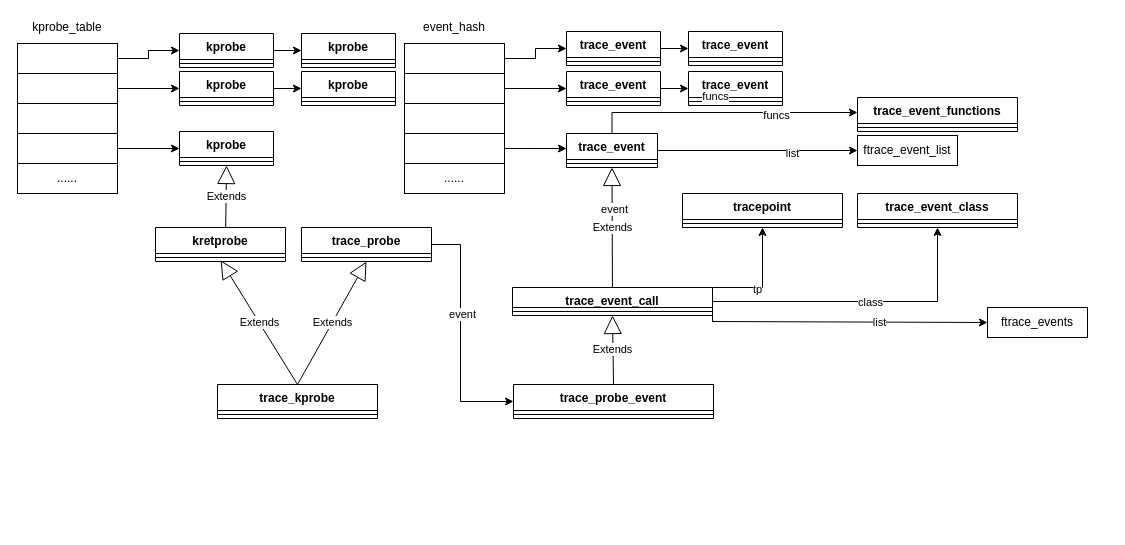
The draw.io diagram trace.drawio in jasonactions/graph, before the edit. Source tidied: cells renumbered, new cells numbered last; positions are measured from the earlier drawing's top-left corner, leaving out a move shared by most shapes. Both pictures are drawn from the tidied source at 100%, with x=0, y=0 at pixel (17, 17).
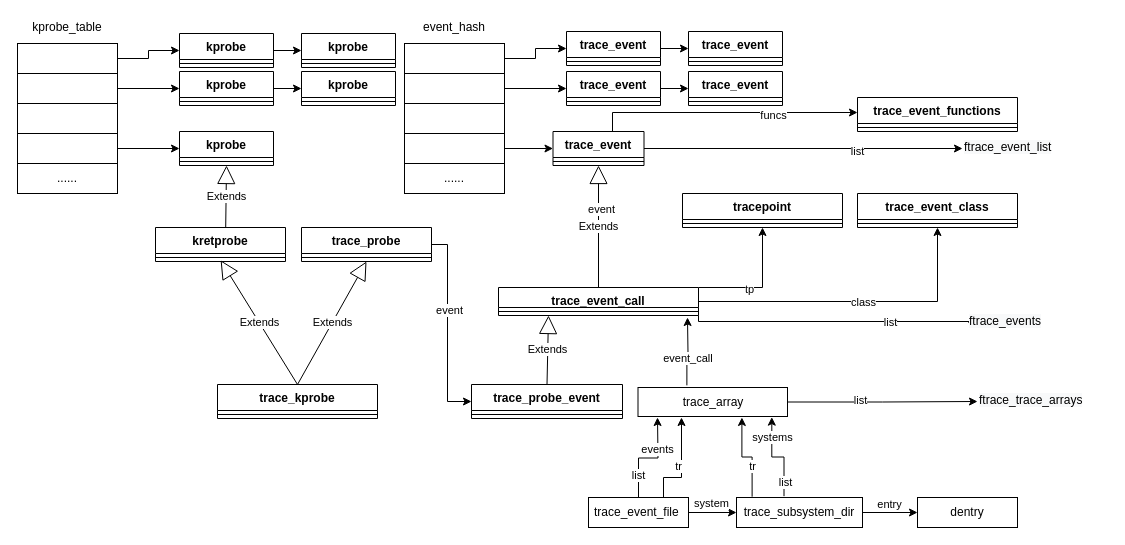
Above is the later version.

Unchanged cells that the change refers to:
```xml
<mxCell id="16" value="trace_probe" style="swimlane;fontStyle=1;align=center;verticalAlign=top;horizontal=1;startSize=26;" parent="1" vertex="1">
  <mxGeometry x="284" y="210" width="130" height="34" as="geometry" />
</mxCell>
<mxCell id="55" style="rounded=0;whiteSpace=wrap;html=1;" parent="1" vertex="1">
  <mxGeometry x="387" y="116" width="100" height="30" as="geometry" />
</mxCell>
<mxCell id="65" style="edgeStyle=orthogonalEdgeStyle;rounded=0;jettySize=auto;html=1;entryX=0;entryY=0.5;entryDx=0;entryDy=0;exitX=0.5;exitY=0;exitDx=0;exitDy=0;" parent="1" edge="1" source="21">
  <mxGeometry relative="1" as="geometry">
    <mxPoint x="840" y="95" as="targetPoint" />
    <Array as="points">
      <mxPoint x="595" y="95" />
    </Array>
  </mxGeometry>
</mxCell>
```

What changed in the source:
```diff
@@
     <mxCell id="2" value="trace_probe_event" style="swimlane;fontStyle=1;align=center;verticalAlign=top;horizontal=1;startSize=26;" parent="1" vertex="1">
-      <mxGeometry x="496" y="367" width="200" height="34" as="geometry" />
+      <mxGeometry x="454" y="367" width="151" height="34" as="geometry" />
     </mxCell>
     <mxCell id="3" style="line;strokeWidth=1;fillColor=none;align=left;verticalAlign=middle;spacingTop=-1;spacingLeft=3;spacingRight=3;labelPosition=right;" parent="2" vertex="1">
-      <mxGeometry y="26" width="200" height="8" as="geometry" />
+      <mxGeometry y="26" width="151" height="8" as="geometry" />
     </mxCell>
     <mxCell id="4" style="edgeStyle=orthogonalEdgeStyle;rounded=0;jettySize=auto;html=1;exitX=1;exitY=0.5;exitDx=0;exitDy=0;entryX=0;entryY=0.5;entryDx=0;entryDy=0;" parent="1" edge="1" source="16" target="2">
       <mxGeometry relative="1" as="geometry">
         <Array as="points">
-          <mxPoint x="443" y="227" />
-          <mxPoint x="443" y="384" />
+          <mxPoint x="430" y="227" />
+          <mxPoint x="430" y="384" />
         </Array>
       </mxGeometry>
     </mxCell>
@@
     <mxCell id="10" value="trace_event_call" style="swimlane;fontStyle=1;align=center;verticalAlign=top;horizontal=1;startSize=20;" parent="1" vertex="1">
-      <mxGeometry x="495" y="270" width="200" height="28" as="geometry" />
+      <mxGeometry x="481" y="270" width="200" height="28" as="geometry" />
     </mxCell>
@@
-    <mxCell id="12" value="Extends" style="endArrow=block;endSize=16;endFill=0;html=1;entryX=0.5;entryY=1;entryDx=0;entryDy=0;exitX=0.5;exitY=0;exitDx=0;exitDy=0;" parent="1" edge="1" source="2" target="10">
+    <mxCell id="12" value="Extends" style="endArrow=block;endSize=16;endFill=0;html=1;entryX=0.25;entryY=1;entryDx=0;entryDy=0;exitX=0.5;exitY=0;exitDx=0;exitDy=0;" parent="1" edge="1" source="2" target="10">
       <mxGeometry relative="1" as="geometry" />
     </mxCell>
@@
-    <mxCell id="19" style="edgeStyle=orthogonalEdgeStyle;rounded=0;jettySize=auto;html=1;exitX=1;exitY=0.5;exitDx=0;exitDy=0;" parent="1" edge="1" source="21" target="71">
+    <mxCell id="19" style="edgeStyle=orthogonalEdgeStyle;rounded=0;jettySize=auto;html=1;exitX=1;exitY=0.5;exitDx=0;exitDy=0;entryX=0;entryY=0.5;entryDx=0;entryDy=0;" parent="1" edge="1" source="21" target="71">
       <mxGeometry relative="1" as="geometry" />
     </mxCell>
@@
     <mxCell id="21" value="trace_event" style="swimlane;fontStyle=1;align=center;verticalAlign=top;horizontal=1;startSize=26;" parent="1" vertex="1">
-      <mxGeometry x="549" y="116" width="91" height="34" as="geometry" />
+      <mxGeometry x="535.5" y="114" width="91" height="34" as="geometry" />
     </mxCell>
@@
-    <mxCell id="54" style="edgeStyle=orthogonalEdgeStyle;rounded=0;jettySize=auto;html=1;entryX=0;entryY=0.5;entryDx=0;entryDy=0;" parent="1" edge="1" source="55">
-      <mxGeometry relative="1" as="geometry">
-        <mxPoint x="549" y="131" as="targetPoint" />
-      </mxGeometry>
+    <mxCell id="54" style="edgeStyle=orthogonalEdgeStyle;rounded=0;jettySize=auto;html=1;entryX=0;entryY=0.5;entryDx=0;entryDy=0;" parent="1" edge="1" source="55" target="21">
+      <mxGeometry relative="1" as="geometry" />
     </mxCell>
@@
-    <mxCell id="66" value="funcs" style="edgeLabel;html=1;align=center;verticalAlign=middle;" parent="65" vertex="1">
-      <mxGeometry x="-0.16" relative="1" as="geometry">
-        <mxPoint x="12" y="-17" as="offset" />
-      </mxGeometry>
-    </mxCell>
@@
-    <mxCell id="71" value="ftrace_event_list" style="rounded=0;whiteSpace=wrap;html=1;" parent="1" vertex="1">
-      <mxGeometry x="840" y="118" width="100" height="30" as="geometry" />
-    </mxCell>
@@
-    <mxCell id="78" value="ftrace_events" style="rounded=0;whiteSpace=wrap;html=1;" parent="1" vertex="1">
-      <mxGeometry x="970" y="290" width="100" height="30" as="geometry" />
-    </mxCell>
     <mxCell id="79" style="edgeStyle=orthogonalEdgeStyle;rounded=0;jettySize=auto;html=1;exitX=1;exitY=1;exitDx=0;exitDy=0;entryX=0;entryY=0.5;entryDx=0;entryDy=0;" parent="1" edge="1" source="10" target="78">
       <mxGeometry relative="1" as="geometry">
         <Array as="points">
+          <mxPoint x="681" y="304" />
           <mxPoint x="970" y="304" />
         </Array>
       </mxGeometry>
     </mxCell>
@@
+    <mxCell id="81" style="edgeStyle=orthogonalEdgeStyle;rounded=0;jettySize=auto;html=1;entryX=0;entryY=0.5;entryDx=0;entryDy=0;" parent="1" edge="1" source="85" target="86">
+      <mxGeometry relative="1" as="geometry" />
+    </mxCell>
+    <mxCell id="82" value="list" style="edgeLabel;html=1;align=center;verticalAlign=middle;" parent="81" vertex="1">
+      <mxGeometry x="-0.24" y="2" relative="1" as="geometry" />
+    </mxCell>
+    <mxCell id="83" style="edgeStyle=orthogonalEdgeStyle;rounded=0;jettySize=auto;html=1;exitX=0.327;exitY=-0.074;exitDx=0;exitDy=0;exitPerimeter=0;" parent="1" edge="1" source="85">
+      <mxGeometry relative="1" as="geometry">
+        <mxPoint x="670" y="300" as="targetPoint" />
+      </mxGeometry>
+    </mxCell>
+    <mxCell id="84" value="event_call&amp;nbsp;" style="edgeLabel;html=1;align=center;verticalAlign=middle;" parent="83" vertex="1">
+      <mxGeometry x="0.34" y="3" relative="1" as="geometry">
+        <mxPoint x="4" y="18" as="offset" />
+      </mxGeometry>
+    </mxCell>
+    <mxCell id="85" value="&lt;div style=&quot;text-align: left&quot;&gt;trace_array&lt;/div&gt;" style="rounded=0;whiteSpace=wrap;html=1;" parent="1" vertex="1">
+      <mxGeometry x="620.5" y="370" width="149.5" height="29" as="geometry" />
+    </mxCell>
+    <mxCell id="86" value="&lt;span style=&quot;color: rgb(0, 0, 0); font-family: helvetica; font-size: 12px; font-style: normal; font-weight: 400; letter-spacing: normal; text-align: left; text-indent: 0px; text-transform: none; word-spacing: 0px; background-color: rgb(248, 249, 250); display: inline; float: none;&quot;&gt;ftrace_trace_arrays&lt;/span&gt;" style="text;whiteSpace=wrap;html=1;" parent="1" vertex="1">
+      <mxGeometry x="960" y="369" width="130" height="30" as="geometry" />
+    </mxCell>
+    <mxCell id="87" style="edgeStyle=orthogonalEdgeStyle;rounded=0;jettySize=auto;html=1;" parent="1" edge="1" source="94">
+      <mxGeometry relative="1" as="geometry">
+        <mxPoint x="640" y="400" as="targetPoint" />
+      </mxGeometry>
+    </mxCell>
+    <mxCell id="88" value="list" style="edgeLabel;html=1;align=center;verticalAlign=middle;" parent="87" vertex="1">
+      <mxGeometry x="-0.36" y="1" relative="1" as="geometry">
+        <mxPoint y="9" as="offset" />
+      </mxGeometry>
+    </mxCell>
+    <mxCell id="89" value="events" style="edgeLabel;html=1;align=center;verticalAlign=middle;" parent="87" vertex="1">
+      <mxGeometry x="0.23" y="1" relative="1" as="geometry">
+        <mxPoint y="-7" as="offset" />
+      </mxGeometry>
+    </mxCell>
+    <mxCell id="90" style="edgeStyle=orthogonalEdgeStyle;rounded=0;jettySize=auto;html=1;exitX=0.75;exitY=0;exitDx=0;exitDy=0;" parent="1" edge="1" source="94">
+      <mxGeometry relative="1" as="geometry">
+        <mxPoint x="664" y="400" as="targetPoint" />
+        <Array as="points">
+          <mxPoint x="646" y="460" />
+          <mxPoint x="664" y="460" />
+        </Array>
+      </mxGeometry>
+    </mxCell>
+    <mxCell id="91" value="tr" style="edgeLabel;html=1;align=center;verticalAlign=middle;" parent="90" vertex="1">
+      <mxGeometry x="-0.69" y="-1" relative="1" as="geometry">
+        <mxPoint x="13" y="-17" as="offset" />
+      </mxGeometry>
+    </mxCell>
+    <mxCell id="92" style="edgeStyle=orthogonalEdgeStyle;rounded=0;jettySize=auto;html=1;" parent="1" edge="1" source="94" target="100">
+      <mxGeometry relative="1" as="geometry" />
+    </mxCell>
+    <mxCell id="93" value="system" style="edgeLabel;html=1;align=center;verticalAlign=middle;" parent="92" vertex="1">
+      <mxGeometry x="0.19" y="-1" relative="1" as="geometry">
+        <mxPoint x="-7" y="-11" as="offset" />
+      </mxGeometry>
+    </mxCell>
+    <mxCell id="94" value="&lt;div style=&quot;text-align: left&quot;&gt;&lt;span&gt;trace_event_file&amp;nbsp;&lt;/span&gt;&lt;/div&gt;" style="rounded=0;whiteSpace=wrap;html=1;" parent="1" vertex="1">
+      <mxGeometry x="571" y="480" width="100" height="30" as="geometry" />
+    </mxCell>
+    <mxCell id="71" value="&lt;span style=&quot;color: rgb(0, 0, 0); font-family: helvetica; font-size: 12px; font-style: normal; font-weight: 400; letter-spacing: normal; text-align: center; text-indent: 0px; text-transform: none; word-spacing: 0px; background-color: rgb(248, 249, 250); display: inline; float: none;&quot;&gt;ftrace_event_list&lt;/span&gt;" style="text;whiteSpace=wrap;html=1;" parent="1" vertex="1">
+      <mxGeometry x="945" y="116" width="110" height="30" as="geometry" />
+    </mxCell>
+    <mxCell id="95" style="edgeStyle=orthogonalEdgeStyle;rounded=0;jettySize=auto;html=1;exitX=0.377;exitY=-0.044;exitDx=0;exitDy=0;exitPerimeter=0;entryX=0.895;entryY=1.023;entryDx=0;entryDy=0;entryPerimeter=0;" parent="1" edge="1" source="100" target="85">
+      <mxGeometry relative="1" as="geometry" />
+    </mxCell>
+    <mxCell id="96" value="list" style="edgeLabel;html=1;align=center;verticalAlign=middle;" parent="95" vertex="1">
+      <mxGeometry x="-0.7" y="-1" relative="1" as="geometry" />
+    </mxCell>
+    <mxCell id="97" value="systems" style="edgeLabel;html=1;align=center;verticalAlign=middle;" parent="95" vertex="1">
+      <mxGeometry x="0.55" relative="1" as="geometry" />
+    </mxCell>
+    <mxCell id="98" style="edgeStyle=orthogonalEdgeStyle;rounded=0;jettySize=auto;html=1;entryX=0;entryY=0.5;entryDx=0;entryDy=0;" parent="1" edge="1" source="100" target="103">
+      <mxGeometry relative="1" as="geometry" />
+    </mxCell>
+    <mxCell id="99" value="entry" style="edgeLabel;html=1;align=center;verticalAlign=middle;" parent="98" vertex="1">
+      <mxGeometry x="0.16" relative="1" as="geometry">
+        <mxPoint x="-6" y="-9" as="offset" />
+      </mxGeometry>
+    </mxCell>
+    <mxCell id="100" value="&lt;div style=&quot;text-align: left&quot;&gt;trace_subsystem_dir&lt;br&gt;&lt;/div&gt;" style="rounded=0;whiteSpace=wrap;html=1;" parent="1" vertex="1">
+      <mxGeometry x="719" y="480" width="126" height="30" as="geometry" />
+    </mxCell>
+    <mxCell id="78" value="&lt;span style=&quot;color: rgb(0, 0, 0); font-family: helvetica; font-size: 12px; font-style: normal; font-weight: 400; letter-spacing: normal; text-align: center; text-indent: 0px; text-transform: none; word-spacing: 0px; background-color: rgb(248, 249, 250); display: inline; float: none;&quot;&gt;ftrace_events&lt;/span&gt;" style="text;whiteSpace=wrap;html=1;" parent="1" vertex="1">
+      <mxGeometry x="950" y="290" width="100" height="30" as="geometry" />
+    </mxCell>
+    <mxCell id="101" style="edgeStyle=orthogonalEdgeStyle;rounded=0;jettySize=auto;html=1;exitX=0.124;exitY=-0.027;exitDx=0;exitDy=0;entryX=0.695;entryY=1.034;entryDx=0;entryDy=0;entryPerimeter=0;exitPerimeter=0;" parent="1" edge="1" source="100" target="85">
+      <mxGeometry relative="1" as="geometry" />
+    </mxCell>
+    <mxCell id="102" value="tr" style="edgeLabel;html=1;align=center;verticalAlign=middle;" parent="101" vertex="1">
+      <mxGeometry x="-0.69" y="-1" relative="1" as="geometry">
+        <mxPoint x="-1" y="-17" as="offset" />
+      </mxGeometry>
+    </mxCell>
+    <mxCell id="103" value="&lt;div style=&quot;text-align: left&quot;&gt;dentry&lt;br&gt;&lt;/div&gt;" style="rounded=0;whiteSpace=wrap;html=1;" parent="1" vertex="1">
+      <mxGeometry x="900" y="480" width="100" height="30" as="geometry" />
+    </mxCell>
```
